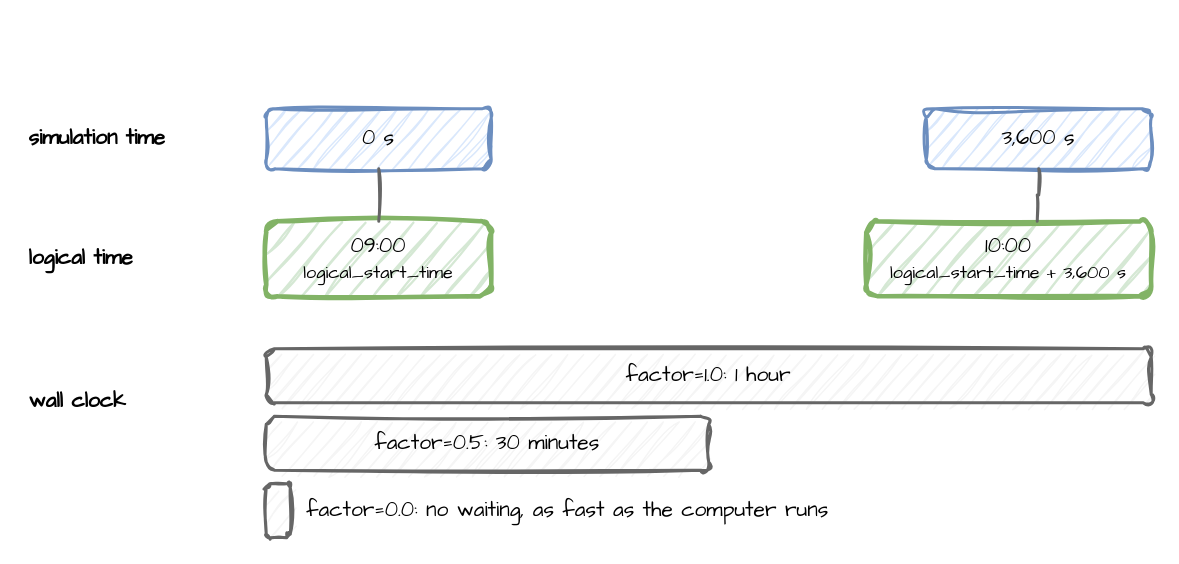
This is docs/assets/diagrams/two-clocks.drawio from jaehyeon-kim/desflow, a draw.io file, before an edit. Source tidied: cells renumbered, new cells numbered last; positions are measured from the earlier drawing's top-left corner, leaving out a move shared by most shapes. Both pictures are drawn from the tidied source at 150%, with x=0, y=0 at pixel (26, 108).
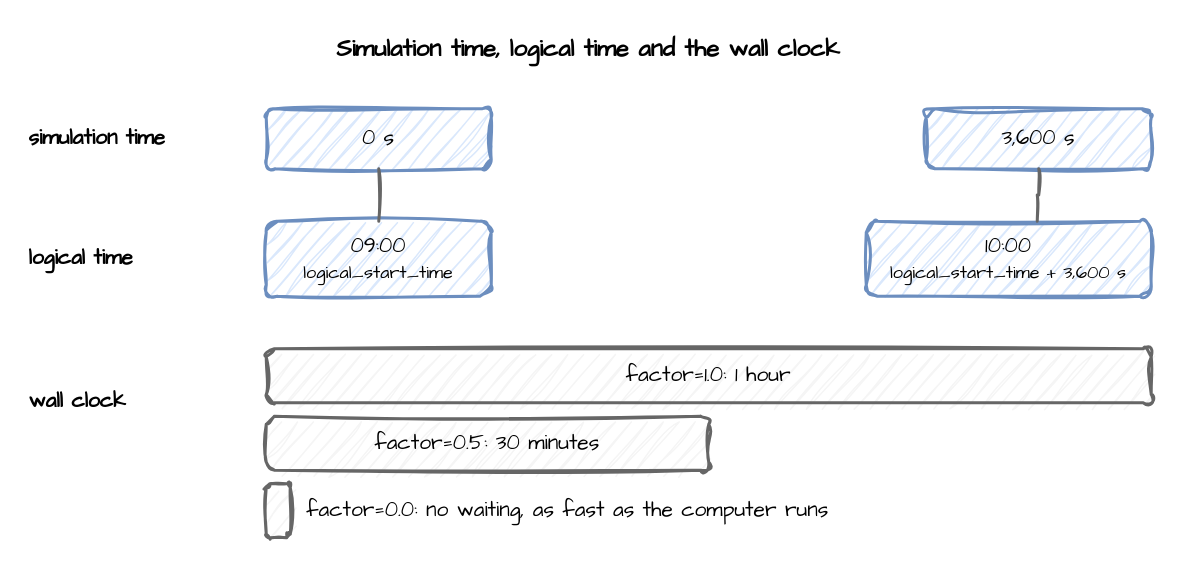
The same page after the edit.

Diff of the diagram source:
```diff
@@
 <mxGraphModel>
   <root>
     <mxCell id="0" />
     <mxCell id="1" parent="0" />
+    <mxCell id="15" value="Simulation time, logical time and the wall clock" style="text;html=1;align=center;verticalAlign=middle;whiteSpace=wrap;fontFamily=Comic Sans MS;fontSize=16;fontStyle=1;" parent="1" vertex="1">
+      <mxGeometry y="-55" width="750" height="30" as="geometry" />
+    </mxCell>
     <mxCell id="2" value="simulation time" style="text;html=1;align=center;verticalAlign=middle;whiteSpace=wrap;html=1;sketch=1;curveFitting=1;jiggle=2;fontFamily=Comic Sans MS;fontSize=14;align=left;fontStyle=1;" parent="1" vertex="1">
       <mxGeometry y="5" width="140" height="30" as="geometry" />
     </mxCell>
     <mxCell id="3" value="logical time" style="text;html=1;align=center;verticalAlign=middle;whiteSpace=wrap;html=1;sketch=1;curveFitting=1;jiggle=2;fontFamily=Comic Sans MS;fontSize=14;align=left;fontStyle=1;" parent="1" vertex="1">
       <mxGeometry y="85" width="140" height="30" as="geometry" />
     </mxCell>
     <mxCell id="4" value="wall clock" style="text;html=1;align=center;verticalAlign=middle;whiteSpace=wrap;html=1;sketch=1;curveFitting=1;jiggle=2;fontFamily=Comic Sans MS;fontSize=14;align=left;fontStyle=1;" parent="1" vertex="1">
       <mxGeometry y="180" width="140" height="30" as="geometry" />
     </mxCell>
     <mxCell id="5" value="0 s" style="rounded=1;whiteSpace=wrap;html=1;sketch=1;curveFitting=1;jiggle=2;fontFamily=Comic Sans MS;fontSize=14;fillColor=#dae8fc;strokeColor=#6c8ebf;strokeWidth=2;" parent="1" vertex="1">
       <mxGeometry x="160" width="150" height="40" as="geometry" />
     </mxCell>
     <mxCell id="6" value="3,600 s" style="rounded=1;whiteSpace=wrap;html=1;sketch=1;curveFitting=1;jiggle=2;fontFamily=Comic Sans MS;fontSize=14;fillColor=#dae8fc;strokeColor=#6c8ebf;strokeWidth=2;" parent="1" vertex="1">
       <mxGeometry x="600" width="150" height="40" as="geometry" />
     </mxCell>
-    <mxCell id="7" value="09:00&lt;br&gt;&lt;font style='font-size:12px'&gt;logical_start_time&lt;/font&gt;" style="rounded=1;whiteSpace=wrap;html=1;sketch=1;curveFitting=1;jiggle=2;fontFamily=Comic Sans MS;fontSize=14;fillColor=#d5e8d4;strokeColor=#82b366;strokeWidth=3;" parent="1" vertex="1">
+    <mxCell id="7" value="09:00&lt;br&gt;&lt;font style='font-size:12px'&gt;logical_start_time&lt;/font&gt;" style="rounded=1;whiteSpace=wrap;html=1;sketch=1;curveFitting=1;jiggle=2;fontFamily=Comic Sans MS;fontSize=14;fillColor=#dae8fc;strokeColor=#6c8ebf;strokeWidth=2;" parent="1" vertex="1">
       <mxGeometry x="160" y="75" width="150" height="50" as="geometry" />
     </mxCell>
-    <mxCell id="8" value="10:00&lt;br&gt;&lt;font style='font-size:12px'&gt;logical_start_time + 3,600 s&lt;/font&gt;" style="rounded=1;whiteSpace=wrap;html=1;sketch=1;curveFitting=1;jiggle=2;fontFamily=Comic Sans MS;fontSize=14;fillColor=#d5e8d4;strokeColor=#82b366;strokeWidth=3;" parent="1" vertex="1">
+    <mxCell id="8" value="10:00&lt;br&gt;&lt;font style='font-size:12px'&gt;logical_start_time + 3,600 s&lt;/font&gt;" style="rounded=1;whiteSpace=wrap;html=1;sketch=1;curveFitting=1;jiggle=2;fontFamily=Comic Sans MS;fontSize=14;fillColor=#dae8fc;strokeColor=#6c8ebf;strokeWidth=2;" parent="1" vertex="1">
       <mxGeometry x="560" y="75" width="190" height="50" as="geometry" />
     </mxCell>
     <mxCell id="9" style="edgeStyle=orthogonalEdgeStyle;rounded=0;sketch=1;html=1;strokeWidth=2;endArrow=none;strokeColor=#666666;fontFamily=Comic Sans MS;fontSize=13;labelBackgroundColor=#ffffff;exitX=0.5;exitY=1;exitDx=0;exitDy=0;entryX=0.5;entryY=0;entryDx=0;entryDy=0;" parent="1" edge="1" source="5" target="7">
       <mxGeometry relative="1" as="geometry" />
     </mxCell>
     <mxCell id="10" style="edgeStyle=orthogonalEdgeStyle;rounded=0;sketch=1;html=1;strokeWidth=2;endArrow=none;strokeColor=#666666;fontFamily=Comic Sans MS;fontSize=13;labelBackgroundColor=#ffffff;exitX=0.5;exitY=1;exitDx=0;exitDy=0;entryX=0.6;entryY=0;entryDx=0;entryDy=0;" parent="1" edge="1" source="6" target="8">
       <mxGeometry relative="1" as="geometry" />
     </mxCell>
     <mxCell id="11" value="factor=1.0: 1 hour" style="rounded=1;whiteSpace=wrap;html=1;sketch=1;curveFitting=1;jiggle=2;fontFamily=Comic Sans MS;fontSize=14;fillColor=#f5f5f5;strokeColor=#666666;strokeWidth=2;" parent="1" vertex="1">
       <mxGeometry x="160" y="160" width="590" height="36" as="geometry" />
     </mxCell>
     <mxCell id="12" value="factor=0.5: 30 minutes" style="rounded=1;whiteSpace=wrap;html=1;sketch=1;curveFitting=1;jiggle=2;fontFamily=Comic Sans MS;fontSize=14;fillColor=#f5f5f5;strokeColor=#666666;strokeWidth=2;" parent="1" vertex="1">
       <mxGeometry x="160" y="205" width="295" height="36" as="geometry" />
     </mxCell>
     <mxCell id="13" style="rounded=1;whiteSpace=wrap;html=1;sketch=1;curveFitting=1;jiggle=2;fontFamily=Comic Sans MS;fontSize=14;fillColor=#f5f5f5;strokeColor=#666666;strokeWidth=2;" parent="1" vertex="1">
       <mxGeometry x="160" y="250" width="16" height="36" as="geometry" />
     </mxCell>
     <mxCell id="14" value="factor=0.0: no waiting, as fast as the computer runs" style="text;html=1;align=center;verticalAlign=middle;whiteSpace=wrap;html=1;sketch=1;curveFitting=1;jiggle=2;fontFamily=Comic Sans MS;fontSize=14;align=left;" parent="1" vertex="1">
       <mxGeometry x="185" y="250" width="400" height="36" as="geometry" />
     </mxCell>
   </root>
 </mxGraphModel>
```
